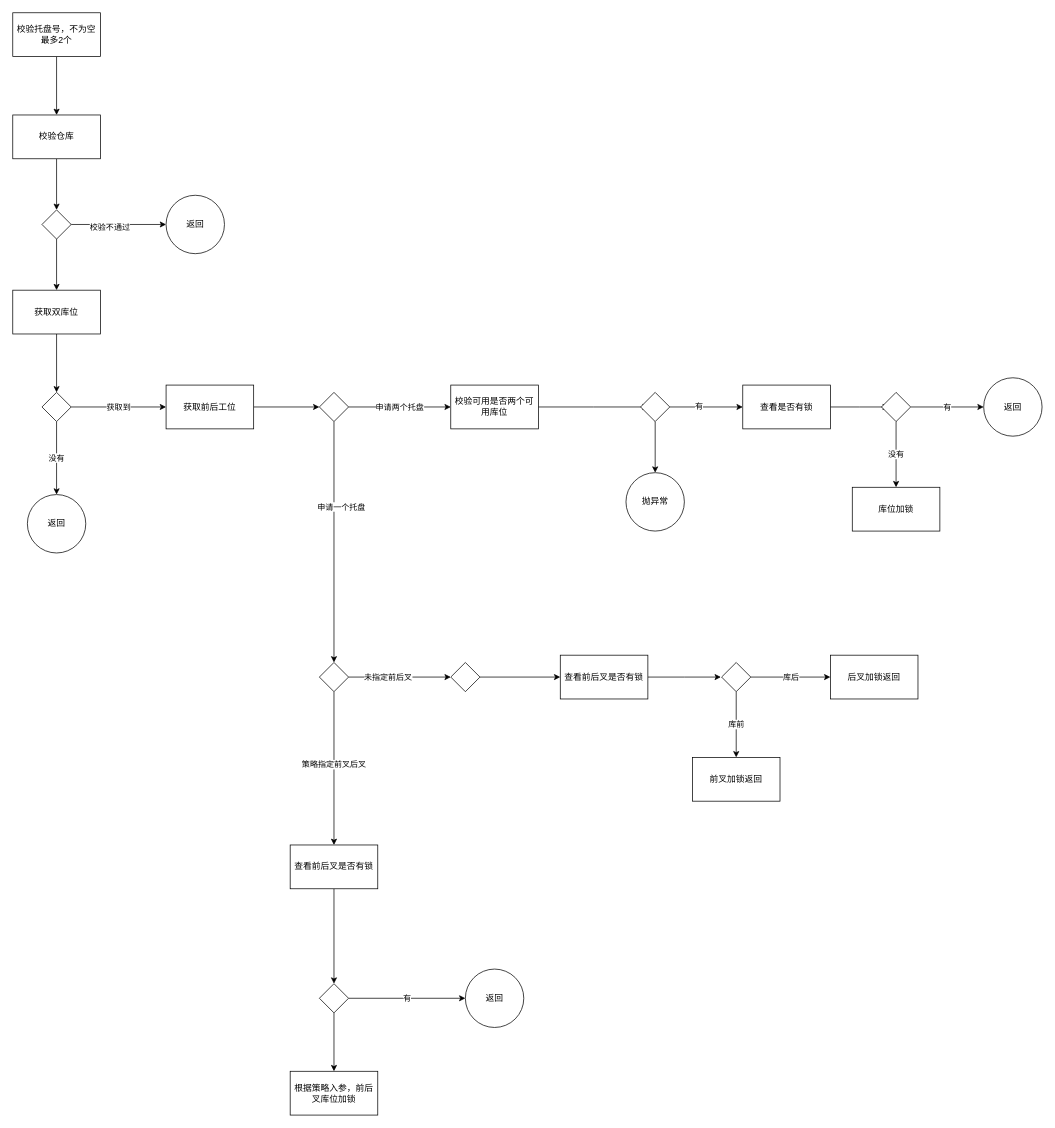
Above: 默认双工位入库分配策略(库前/库后).drawio in chenjunx/designpattern (draw.io), before the change. Source tidied: cells renumbered, new cells numbered last; positions are measured from the earlier drawing's top-left corner, leaving out a move shared by most shapes. Both pictures are drawn from the tidied source at 73%, with x=0, y=0 at pixel (12, 12).
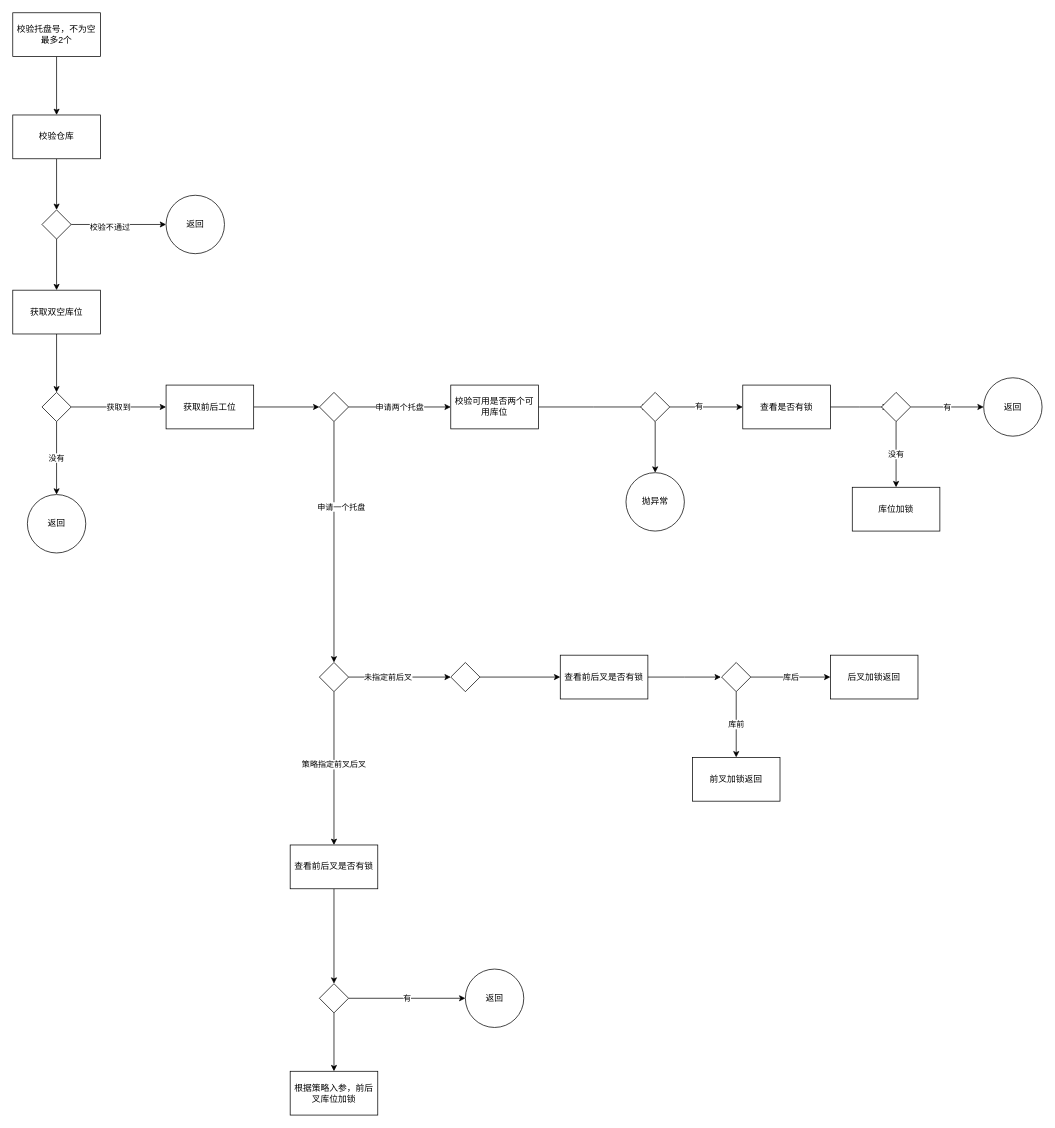
The same diagram, later.

What changed in the source:
```diff
@@
-    <mxCell id="11" value="获取双库位" style="whiteSpace=wrap;html=1;rounded=0;" parent="1" vertex="1">
+    <mxCell id="11" value="获取双空库位" style="whiteSpace=wrap;html=1;rounded=0;" parent="1" vertex="1">
       <mxGeometry y="380" width="120" height="60" as="geometry" />
     </mxCell>
```
